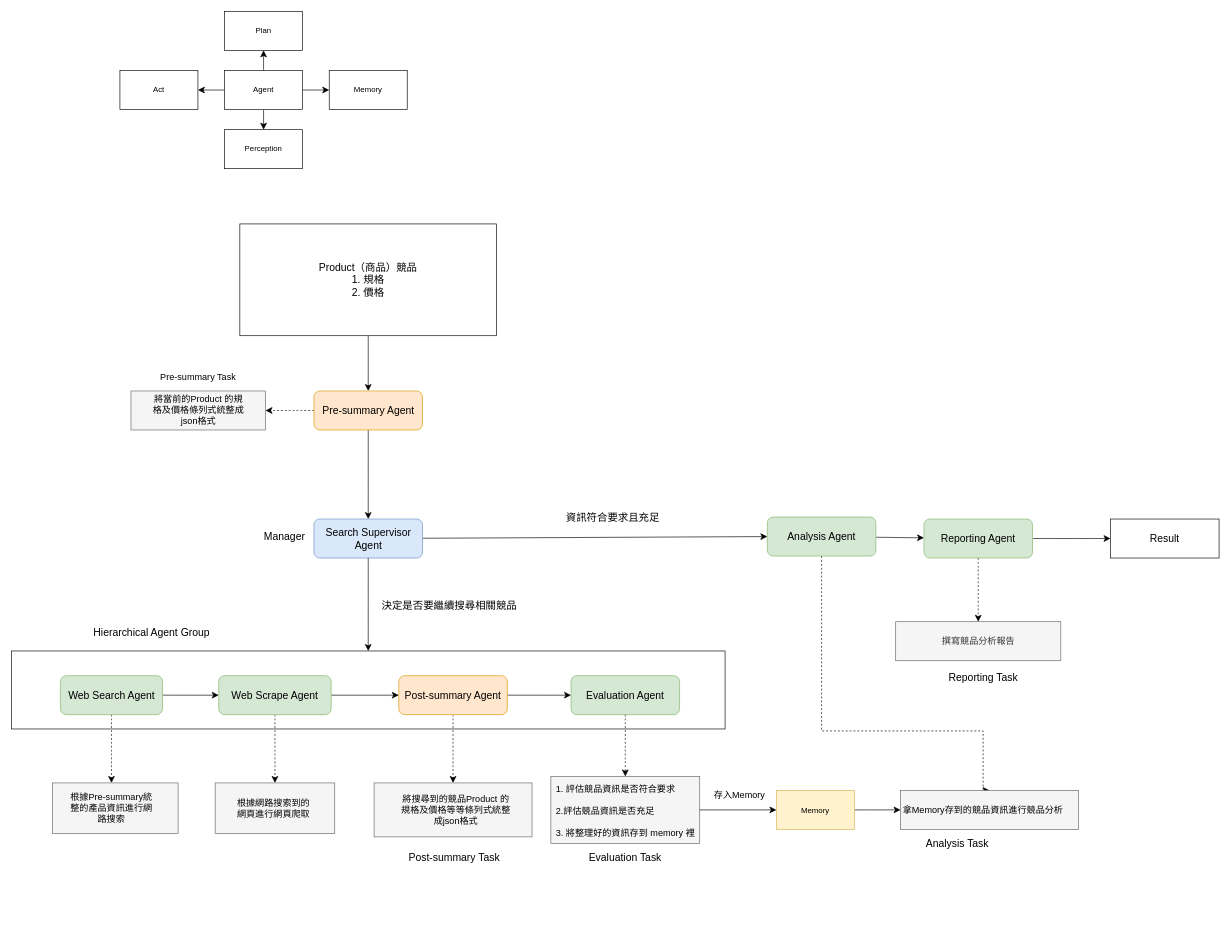
Earlier version of the draw.io diagram 架構圖/未命名绘图.drawio (YChaoWang/Drawio_backup). Source tidied: cells renumbered, new cells numbered last; positions are measured from the earlier drawing's top-left corner, leaving out a move shared by most shapes. Both pictures are drawn from the tidied source at 65%, with x=0, y=0 at pixel (11, 11).
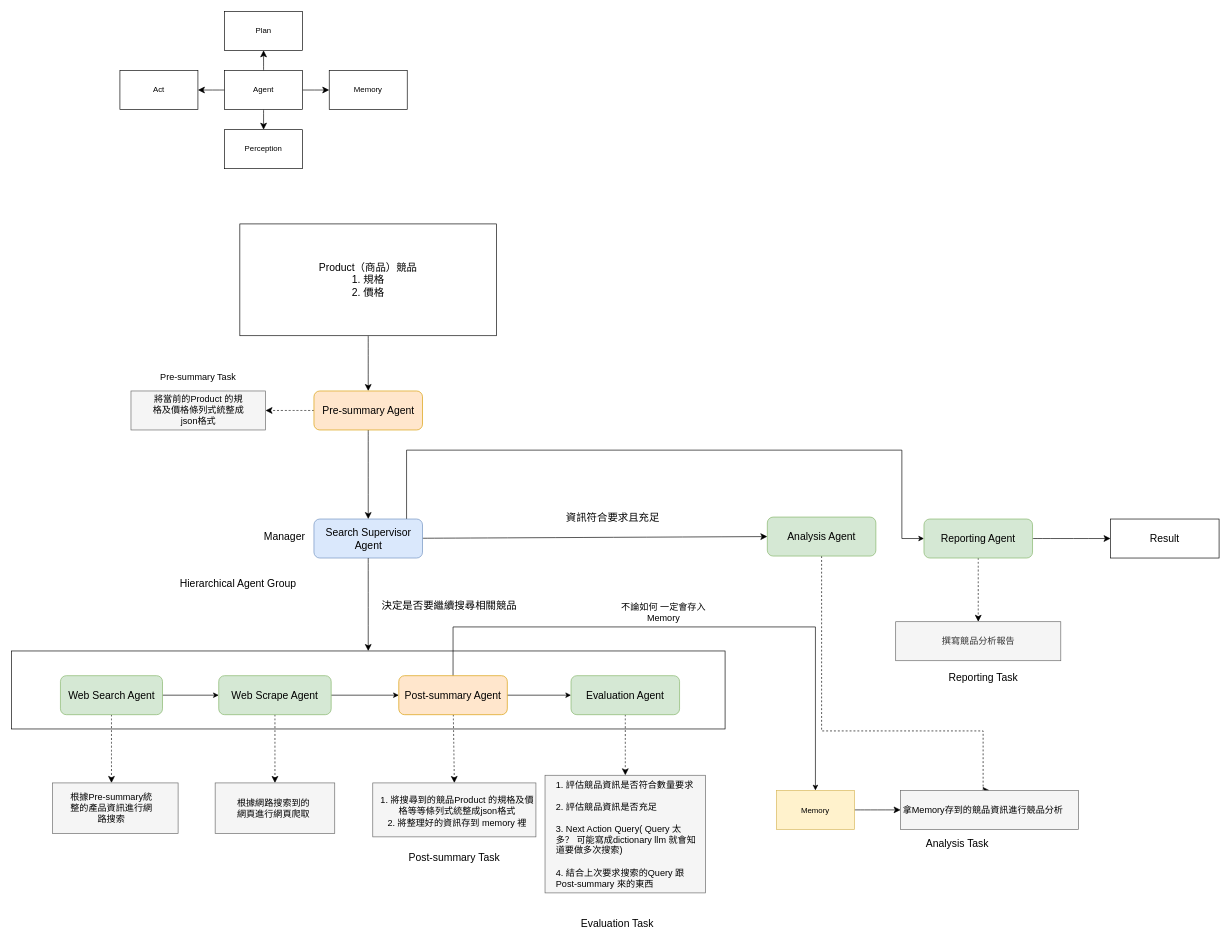
The same diagram, later.

Commit message:
更新未命名绘图.drawio

Unchanged cells that the change refers to:
```xml
<mxCell id="17" value="Web Search Agent" style="rounded=1;whiteSpace=wrap;html=1;fontSize=16;fillColor=#d5e8d4;strokeColor=#82b366;" parent="1" vertex="1">
  <mxGeometry x="75.5" y="1022" width="157" height="60" as="geometry" />
</mxCell>
<mxCell id="19" value="Search Supervisor Agent" style="rounded=1;whiteSpace=wrap;html=1;fillColor=#dae8fc;strokeColor=#6c8ebf;fontSize=16;" parent="1" vertex="1">
  <mxGeometry x="465.5" y="781" width="167" height="60" as="geometry" />
</mxCell>
<mxCell id="25" value="Post-summary Agent" style="rounded=1;whiteSpace=wrap;html=1;fillColor=#ffe6cc;strokeColor=#d79b00;fontSize=16;" parent="1" vertex="1">
  <mxGeometry x="596" y="1022" width="167" height="60" as="geometry" />
</mxCell>
<mxCell id="27" value="Evaluation Agent" style="rounded=1;whiteSpace=wrap;html=1;fontSize=16;fillColor=#d5e8d4;strokeColor=#82b366;" parent="1" vertex="1">
  <mxGeometry x="861" y="1022" width="167" height="60" as="geometry" />
</mxCell>
<mxCell id="31" value="Web Scrape Agent" style="rounded=1;whiteSpace=wrap;html=1;fontSize=16;fillColor=#d5e8d4;strokeColor=#82b366;" parent="1" vertex="1">
  <mxGeometry x="319" y="1022" width="173" height="60" as="geometry" />
</mxCell>
<mxCell id="34" value="Analysis Agent" style="rounded=1;whiteSpace=wrap;html=1;fontSize=16;fillColor=#d5e8d4;strokeColor=#82b366;" parent="1" vertex="1">
  <mxGeometry x="1163" y="778" width="167" height="60" as="geometry" />
</mxCell>
<mxCell id="50" value="Memory" style="whiteSpace=wrap;html=1;fillColor=#fff2cc;strokeColor=#d6b656;" parent="1" vertex="1">
  <mxGeometry x="1177" y="1198.5" width="120" height="60" as="geometry" />
</mxCell>
<mxCell id="54" style="rounded=0;whiteSpace=wrap;html=1;fillColor=#f5f5f5;fontColor=#333333;strokeColor=#666666;" parent="1" vertex="1">
  <mxGeometry x="313.5" y="1187" width="184" height="78" as="geometry" />
</mxCell>
<mxCell id="58" value="Reporting Agent" style="rounded=1;whiteSpace=wrap;html=1;fontSize=16;fillColor=#d5e8d4;strokeColor=#82b366;" parent="1" vertex="1">
  <mxGeometry x="1404" y="781" width="167" height="60" as="geometry" />
</mxCell>
```

What changed in the source:
```diff
@@
+    <mxCell id="16" style="edgeStyle=none;curved=1;rounded=0;jettySize=auto;html=1;entryX=0.5;entryY=0;entryDx=0;entryDy=0;fontSize=12;startSize=8;endSize=8;dashed=1;" parent="1" edge="1" source="17">
+      <mxGeometry relative="1" as="geometry">
+        <mxPoint x="154" y="1187" as="targetPoint" />
+      </mxGeometry>
+    </mxCell>
-    <mxCell id="15" style="edgeStyle=none;curved=1;rounded=0;jettySize=auto;html=1;fontSize=12;startSize=8;endSize=8;" parent="1" edge="1" source="17" target="31">
+    <mxCell id="15" style="edgeStyle=orthogonalEdgeStyle;rounded=0;jettySize=auto;html=1;" parent="1" edge="1" source="17" target="31">
       <mxGeometry relative="1" as="geometry" />
     </mxCell>
-    <mxCell id="16" style="edgeStyle=none;curved=1;rounded=0;jettySize=auto;html=1;entryX=0.5;entryY=0;entryDx=0;entryDy=0;fontSize=12;startSize=8;endSize=8;dashed=1;" parent="1" edge="1" source="17">
-      <mxGeometry relative="1" as="geometry">
-        <mxPoint x="154" y="1187" as="targetPoint" />
-      </mxGeometry>
-    </mxCell>
@@
+    <mxCell id="65" style="edgeStyle=orthogonalEdgeStyle;rounded=0;jettySize=auto;html=1;entryX=0;entryY=0.5;entryDx=0;entryDy=0;" parent="1" edge="1" source="19" target="58">
+      <mxGeometry relative="1" as="geometry">
+        <Array as="points">
+          <mxPoint x="608" y="675" />
+          <mxPoint x="1370" y="675" />
+          <mxPoint x="1370" y="811" />
+        </Array>
+      </mxGeometry>
+    </mxCell>
@@
+    <mxCell id="24" style="edgeStyle=none;curved=1;rounded=0;jettySize=auto;html=1;entryX=0.5;entryY=0;entryDx=0;entryDy=0;fontSize=12;startSize=8;endSize=8;dashed=1;" parent="1" edge="1" source="25" target="39">
+      <mxGeometry relative="1" as="geometry" />
+    </mxCell>
+    <mxCell id="66" style="edgeStyle=orthogonalEdgeStyle;rounded=0;jettySize=auto;html=1;exitX=0.5;exitY=0;exitDx=0;exitDy=0;" parent="1" edge="1" source="25" target="50">
+      <mxGeometry relative="1" as="geometry">
+        <Array as="points">
+          <mxPoint x="679" y="947" />
+          <mxPoint x="1237" y="947" />
+        </Array>
+      </mxGeometry>
+    </mxCell>
-    <mxCell id="23" style="edgeStyle=none;curved=1;rounded=0;jettySize=auto;html=1;fontSize=12;startSize=8;endSize=8;entryX=0;entryY=0.5;entryDx=0;entryDy=0;" parent="1" edge="1" source="25" target="27">
+    <mxCell id="23" style="edgeStyle=orthogonalEdgeStyle;rounded=0;jettySize=auto;html=1;" parent="1" edge="1" source="25" target="27">
       <mxGeometry relative="1" as="geometry" />
     </mxCell>
-    <mxCell id="24" style="edgeStyle=none;curved=1;rounded=0;jettySize=auto;html=1;entryX=0.5;entryY=0;entryDx=0;entryDy=0;fontSize=12;startSize=8;endSize=8;dashed=1;" parent="1" edge="1" source="25" target="39">
-      <mxGeometry relative="1" as="geometry" />
-    </mxCell>
@@
+    <mxCell id="30" style="edgeStyle=none;curved=1;rounded=0;jettySize=auto;html=1;entryX=0.5;entryY=0;entryDx=0;entryDy=0;fontSize=12;startSize=8;endSize=8;dashed=1;" parent="1" edge="1" source="31" target="54">
+      <mxGeometry relative="1" as="geometry" />
+    </mxCell>
-    <mxCell id="29" style="edgeStyle=orthogonalEdgeStyle;rounded=0;jettySize=auto;html=1;entryX=0;entryY=0.5;entryDx=0;entryDy=0;fontSize=12;startSize=8;endSize=8;exitX=1;exitY=0.5;exitDx=0;exitDy=0;" parent="1" edge="1" source="31" target="25">
+    <mxCell id="29" style="edgeStyle=orthogonalEdgeStyle;rounded=0;jettySize=auto;html=1;" parent="1" edge="1" source="31" target="25">
       <mxGeometry relative="1" as="geometry" />
     </mxCell>
-    <mxCell id="30" style="edgeStyle=none;curved=1;rounded=0;jettySize=auto;html=1;entryX=0.5;entryY=0;entryDx=0;entryDy=0;fontSize=12;startSize=8;endSize=8;dashed=1;" parent="1" edge="1" source="31" target="54">
-      <mxGeometry relative="1" as="geometry" />
-    </mxCell>
@@
-    <mxCell id="32" style="edgeStyle=none;curved=1;rounded=0;jettySize=auto;html=1;fontSize=12;startSize=8;endSize=8;" parent="1" edge="1" source="34" target="58">
-      <mxGeometry relative="1" as="geometry" />
-    </mxCell>
@@
     <mxCell id="39" style="rounded=0;whiteSpace=wrap;html=1;fillColor=#f5f5f5;fontColor=#333333;strokeColor=#666666;" parent="1" vertex="1">
-      <mxGeometry x="558" y="1187" width="243" height="83" as="geometry" />
+      <mxGeometry x="556" y="1187" width="251" height="83" as="geometry" />
     </mxCell>
-    <mxCell id="40" value="將搜尋到的競品Product 的規格及價格等等條列式統整成json格式" style="text;html=1;align=center;verticalAlign=middle;whiteSpace=wrap;rounded=0;fontSize=14;" parent="1" vertex="1">
-      <mxGeometry x="594" y="1207.5" width="180" height="42" as="geometry" />
+    <mxCell id="40" value="1. 將搜尋到的競品Product 的規格及價格等等條列式統整成json格式&lt;div&gt;&lt;span style=&quot;text-align: left;&quot;&gt;2. 將整理好的資訊存到 memory 裡&lt;/span&gt;&lt;/div&gt;" style="text;html=1;align=center;verticalAlign=middle;whiteSpace=wrap;rounded=0;fontSize=14;" parent="1" vertex="1">
+      <mxGeometry x="567" y="1207.5" width="238" height="47.5" as="geometry" />
     </mxCell>
@@
     <mxCell id="42" style="rounded=0;whiteSpace=wrap;html=1;fillColor=#f5f5f5;fontColor=#333333;strokeColor=#666666;" parent="1" vertex="1">
-      <mxGeometry x="830" y="1177" width="229" height="103" as="geometry" />
+      <mxGeometry x="821" y="1175.2" width="247" height="181" as="geometry" />
     </mxCell>
-    <mxCell id="43" style="edgeStyle=orthogonalEdgeStyle;rounded=0;jettySize=auto;html=1;fontSize=12;startSize=8;endSize=8;exitX=1;exitY=0.5;exitDx=0;exitDy=0;" parent="1" edge="1" source="42" target="50">
-      <mxGeometry relative="1" as="geometry" />
-    </mxCell>
-    <mxCell id="44" value="1. 評估競品資訊是否符合要求&lt;div&gt;&lt;br&gt;&lt;div&gt;2.評估競品資訊是否充足&lt;/div&gt;&lt;div&gt;&lt;br&gt;&lt;/div&gt;&lt;div&gt;3. 將整理好的資訊存到 memory 裡&lt;/div&gt;&lt;/div&gt;" style="text;html=1;align=left;verticalAlign=middle;whiteSpace=wrap;rounded=0;fontSize=14;" parent="1" vertex="1">
-      <mxGeometry x="836" y="1190.5" width="219" height="79.5" as="geometry" />
+    <mxCell id="44" value="1. 評估競品資訊是否符合數量要求&lt;div&gt;&lt;br&gt;&lt;div&gt;2. 評估競品資訊是否充足&lt;/div&gt;&lt;/div&gt;&lt;div&gt;&lt;br&gt;&lt;/div&gt;&lt;div&gt;3. Next Action Query( Query 太多？ 可能寫成dictionary llm 就會知道要做多次搜索)&lt;/div&gt;&lt;div&gt;&lt;br&gt;&lt;/div&gt;&lt;div&gt;4. 結合上次要求搜索的Query 跟 Post-summary 來的東西&lt;/div&gt;" style="text;html=1;align=left;verticalAlign=middle;whiteSpace=wrap;rounded=0;fontSize=14;" parent="1" vertex="1">
+      <mxGeometry x="836" y="1190.5" width="219" height="150.5" as="geometry" />
     </mxCell>
     <mxCell id="45" value="Evaluation Task" style="text;html=1;align=center;verticalAlign=middle;whiteSpace=wrap;rounded=0;fontSize=16;" parent="1" vertex="1">
-      <mxGeometry x="869" y="1286.5" width="151" height="30" as="geometry" />
+      <mxGeometry x="857" y="1388" width="151" height="30" as="geometry" />
     </mxCell>
@@
-    <mxCell id="51" value="存入Memory" style="text;html=1;align=center;verticalAlign=middle;whiteSpace=wrap;rounded=0;fontSize=14;" parent="1" vertex="1">
-      <mxGeometry x="1075" y="1190.5" width="91" height="30" as="geometry" />
-    </mxCell>
@@
     <mxCell id="63" value="Hierarchical Agent Group" style="text;html=1;align=center;verticalAlign=middle;whiteSpace=wrap;rounded=0;fontSize=16;" parent="1" vertex="1">
-      <mxGeometry x="113" y="941" width="206" height="30" as="geometry" />
+      <mxGeometry x="246" y="865" width="206" height="30" as="geometry" />
     </mxCell>
@@
+    <mxCell id="67" value="不論如何 一定會存入Memory" style="text;html=1;align=center;verticalAlign=middle;whiteSpace=wrap;rounded=0;fontSize=14;" parent="1" vertex="1">
+      <mxGeometry x="920" y="909" width="167" height="30" as="geometry" />
+    </mxCell>
```
